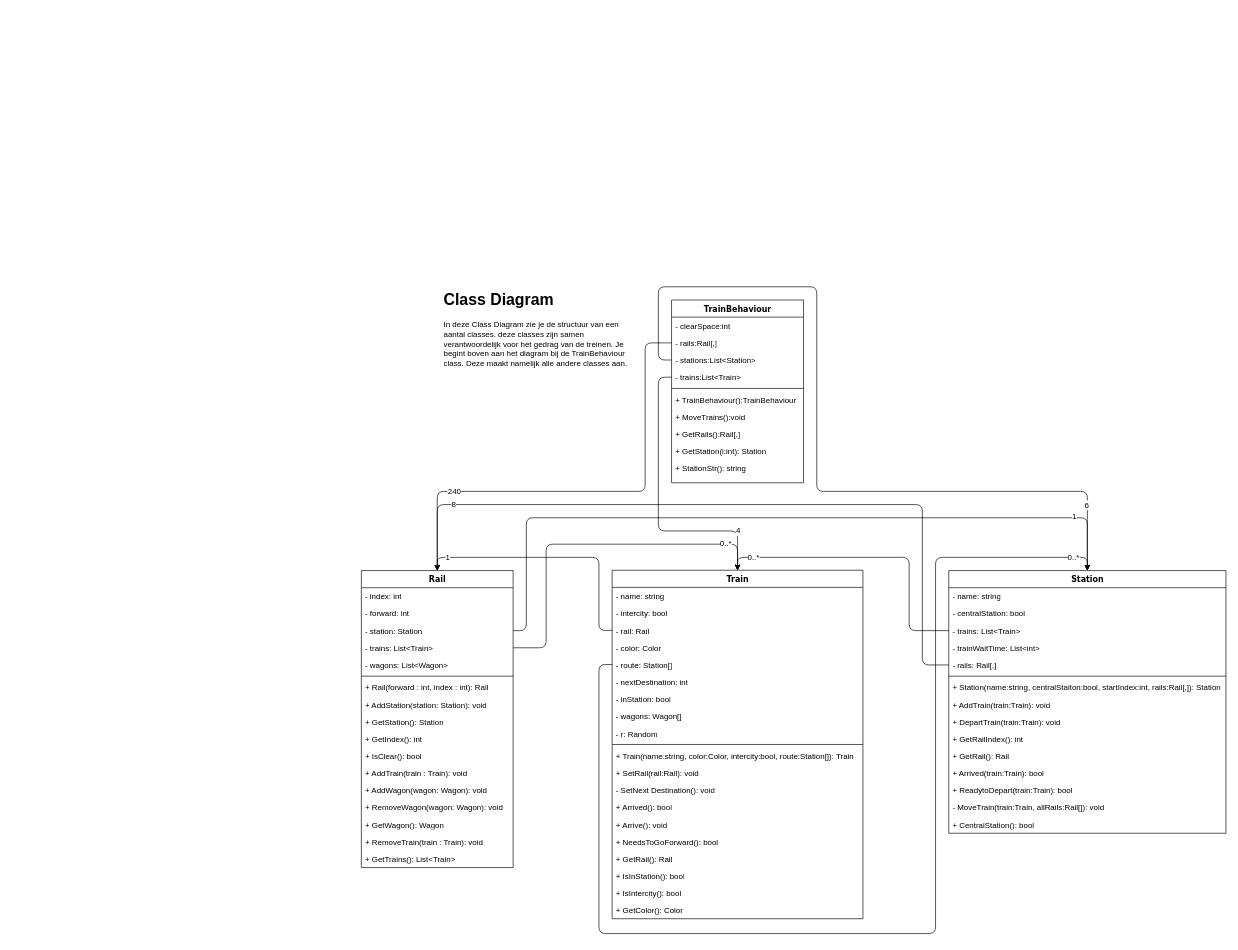
Earlier version of the draw.io diagram ClassDiagram.drawio (LuukdeKinderen/S1Proftaak2). Source tidied: cells renumbered, new cells numbered last; positions are measured from the earlier drawing's top-left corner, leaving out a move shared by most shapes. Both pictures are drawn from the tidied source at 66%, with x=0, y=0 at pixel (361, 286).
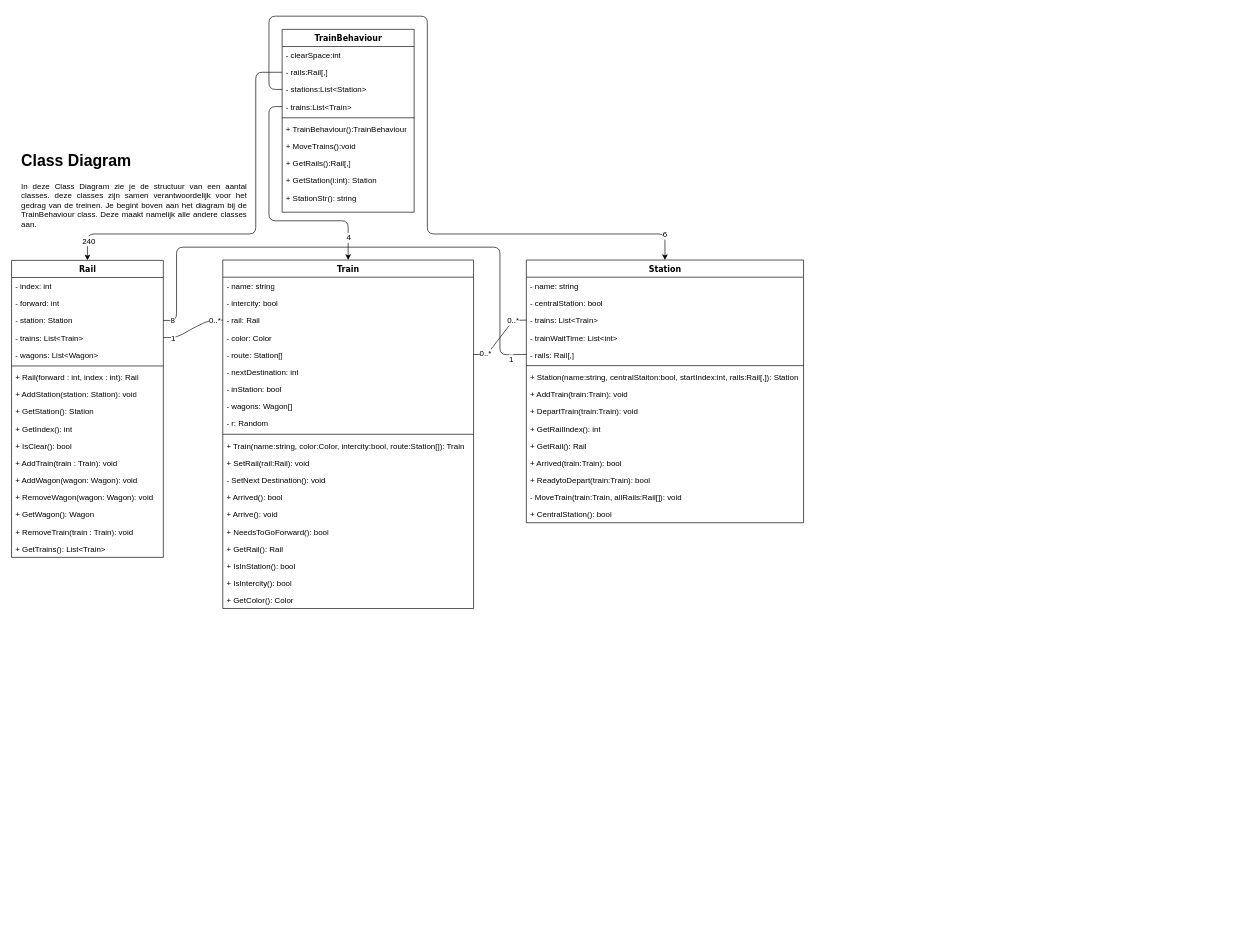
After the change.

The change refers to these unchanged cells:
```xml
<mxCell id="5" value="- station: Station" style="text;html=1;strokeColor=none;fillColor=none;align=left;verticalAlign=top;spacingLeft=4;spacingRight=4;whiteSpace=wrap;overflow=hidden;points=[[0,0.5],[1,0.5]];portConstraint=eastwest;" parent="2" vertex="1">
  <mxGeometry y="78" width="230" height="26" as="geometry" />
</mxCell>
<mxCell id="6" value="- trains: List&amp;lt;Train&amp;gt;" style="text;html=1;strokeColor=none;fillColor=none;align=left;verticalAlign=top;spacingLeft=4;spacingRight=4;whiteSpace=wrap;overflow=hidden;points=[[0,0.5],[1,0.5]];portConstraint=eastwest;" parent="2" vertex="1">
  <mxGeometry y="104" width="230" height="26" as="geometry" />
</mxCell>
<mxCell id="23" value="- rail: Rail" style="text;html=1;strokeColor=none;fillColor=none;align=left;verticalAlign=top;spacingLeft=4;spacingRight=4;whiteSpace=wrap;overflow=hidden;points=[[0,0.5],[1,0.5]];portConstraint=eastwest;" parent="20" vertex="1">
  <mxGeometry y="78" width="380" height="26" as="geometry" />
</mxCell>
<mxCell id="25" value="- route: Station[]" style="text;html=1;strokeColor=none;fillColor=none;align=left;verticalAlign=top;spacingLeft=4;spacingRight=4;whiteSpace=wrap;overflow=hidden;points=[[0,0.5],[1,0.5]];portConstraint=eastwest;" parent="20" vertex="1">
  <mxGeometry y="130" width="380" height="26" as="geometry" />
</mxCell>
<mxCell id="44" value="- trains: List&amp;lt;Train&amp;gt;" style="text;html=1;strokeColor=none;fillColor=none;align=left;verticalAlign=top;spacingLeft=4;spacingRight=4;whiteSpace=wrap;overflow=hidden;points=[[0,0.5],[1,0.5]];portConstraint=eastwest;" parent="41" vertex="1">
  <mxGeometry y="78" width="420" height="26" as="geometry" />
</mxCell>
<mxCell id="46" value="- rails: Rail[,]" style="text;html=1;strokeColor=none;fillColor=none;align=left;verticalAlign=top;spacingLeft=4;spacingRight=4;whiteSpace=wrap;overflow=hidden;points=[[0,0.5],[1,0.5]];portConstraint=eastwest;" parent="41" vertex="1">
  <mxGeometry y="130" width="420" height="26" as="geometry" />
</mxCell>
<mxCell id="59" value="- rails:Rail[,]" style="text;html=1;strokeColor=none;fillColor=none;align=left;verticalAlign=top;spacingLeft=4;spacingRight=4;whiteSpace=wrap;overflow=hidden;points=[[0,0.5],[1,0.5]];portConstraint=eastwest;" parent="57" vertex="1">
  <mxGeometry y="52" width="200" height="26" as="geometry" />
</mxCell>
<mxCell id="60" value="- stations:List&amp;lt;Station&amp;gt;" style="text;html=1;strokeColor=none;fillColor=none;align=left;verticalAlign=top;spacingLeft=4;spacingRight=4;whiteSpace=wrap;overflow=hidden;points=[[0,0.5],[1,0.5]];portConstraint=eastwest;" parent="57" vertex="1">
  <mxGeometry y="78" width="200" height="26" as="geometry" />
</mxCell>
<mxCell id="61" value="- trains:List&amp;lt;Train&amp;gt;" style="text;html=1;strokeColor=none;fillColor=none;align=left;verticalAlign=top;spacingLeft=4;spacingRight=4;whiteSpace=wrap;overflow=hidden;points=[[0,0.5],[1,0.5]];portConstraint=eastwest;" parent="57" vertex="1">
  <mxGeometry y="104" width="200" height="26" as="geometry" />
</mxCell>
```

Diff of the diagram source:
```diff
@@
     <mxCell id="2" value="Rail" style="swimlane;html=1;fontStyle=1;align=center;verticalAlign=top;horizontal=1;startSize=26;swimlaneFillColor=#ffffff;rounded=0;shadow=0;comic=0;labelBackgroundColor=none;strokeWidth=1;fillColor=none;fontFamily=Verdana;fontSize=12;" parent="1" vertex="1">
-      <mxGeometry y="430" width="230" height="450" as="geometry" />
+      <mxGeometry x="-530" y="-40" width="230" height="450" as="geometry" />
     </mxCell>
@@
     <mxCell id="20" value="Train" style="swimlane;html=1;fontStyle=1;align=center;verticalAlign=top;horizontal=1;startSize=26;swimlaneFillColor=#ffffff;rounded=0;shadow=0;comic=0;labelBackgroundColor=none;strokeWidth=1;fillColor=none;fontFamily=Verdana;fontSize=12;" parent="1" vertex="1">
-      <mxGeometry x="380" y="429.5" width="380" height="528" as="geometry" />
+      <mxGeometry x="-210" y="-40.5" width="380" height="528" as="geometry" />
     </mxCell>
@@
     <mxCell id="41" value="Station" style="swimlane;html=1;fontStyle=1;align=center;verticalAlign=top;horizontal=1;startSize=26;swimlaneFillColor=#ffffff;rounded=0;shadow=0;comic=0;labelBackgroundColor=none;strokeWidth=1;fillColor=none;fontFamily=Verdana;fontSize=12;" parent="1" vertex="1">
-      <mxGeometry x="890" y="430" width="420" height="398" as="geometry" />
+      <mxGeometry x="250" y="-40.5" width="420" height="398" as="geometry" />
     </mxCell>
@@
     <mxCell id="57" value="TrainBehaviour" style="swimlane;html=1;fontStyle=1;align=center;verticalAlign=top;horizontal=1;startSize=26;swimlaneFillColor=#ffffff;rounded=0;shadow=0;comic=0;labelBackgroundColor=none;strokeWidth=1;fillColor=none;fontFamily=Verdana;fontSize=12;" parent="1" vertex="1">
-      <mxGeometry x="470" y="20" width="200" height="277" as="geometry" />
+      <mxGeometry x="-120" y="-390" width="200" height="277" as="geometry" />
     </mxCell>
@@
     <mxCell id="68" style="endArrow=classic;html=1;exitX=0;exitY=0.5;exitDx=0;exitDy=0;entryX=0.5;entryY=0;entryDx=0;entryDy=0;" parent="1" edge="1" source="59" target="2">
       <mxGeometry relative="1" as="geometry">
         <Array as="points">
-          <mxPoint x="430" y="85" />
-          <mxPoint x="430" y="310" />
-          <mxPoint x="115" y="310" />
+          <mxPoint x="-160" y="-325" />
+          <mxPoint x="-160" y="-80" />
+          <mxPoint x="-415" y="-80" />
         </Array>
       </mxGeometry>
     </mxCell>
     <mxCell id="69" value="240" style="text;html=1;align=center;verticalAlign=middle;labelBackgroundColor=#ffffff;" parent="68" vertex="1">
       <mxGeometry x="0.57" relative="1" as="geometry">
-        <mxPoint x="-4.4" as="offset" />
+        <mxPoint x="-83.5" y="10" as="offset" />
       </mxGeometry>
     </mxCell>
-    <mxCell id="70" style="endArrow=classic;html=1;exitX=1;exitY=0.5;exitDx=0;exitDy=0;entryX=0.5;entryY=0;entryDx=0;entryDy=0;" parent="1" edge="1" source="5" target="41">
-      <mxGeometry relative="1" as="geometry">
-        <Array as="points">
-          <mxPoint x="250" y="521" />
-          <mxPoint x="250" y="350" />
-          <mxPoint x="1100" y="350" />
-        </Array>
-      </mxGeometry>
-    </mxCell>
-    <mxCell id="71" value="1" style="text;html=1;align=center;verticalAlign=middle;labelBackgroundColor=#ffffff;" parent="70" vertex="1">
-      <mxGeometry x="0.73" y="2" relative="1" as="geometry">
-        <mxPoint x="50" as="offset" />
-      </mxGeometry>
-    </mxCell>
-    <mxCell id="72" style="endArrow=classic;html=1;exitX=1;exitY=0.5;exitDx=0;exitDy=0;entryX=0.5;entryY=0;entryDx=0;entryDy=0;" parent="1" edge="1" source="6" target="20">
-      <mxGeometry relative="1" as="geometry">
-        <Array as="points">
-          <mxPoint x="280" y="547" />
-          <mxPoint x="280" y="390" />
-          <mxPoint x="570" y="390" />
-        </Array>
-      </mxGeometry>
-    </mxCell>
-    <mxCell id="73" value="0..*" style="text;html=1;align=center;verticalAlign=middle;labelBackgroundColor=#ffffff;" parent="72" vertex="1">
-      <mxGeometry x="0.69" y="1" relative="1" as="geometry">
-        <mxPoint x="25.2" as="offset" />
-      </mxGeometry>
-    </mxCell>
-    <mxCell id="74" style="endArrow=classic;html=1;exitX=0;exitY=0.5;exitDx=0;exitDy=0;entryX=0.5;entryY=0;entryDx=0;entryDy=0;" parent="1" edge="1" source="44" target="20">
-      <mxGeometry relative="1" as="geometry">
-        <Array as="points">
-          <mxPoint x="830" y="521" />
-          <mxPoint x="830" y="410" />
-          <mxPoint x="570" y="410" />
-        </Array>
-      </mxGeometry>
-    </mxCell>
-    <mxCell id="75" value="0..*" style="text;html=1;align=center;verticalAlign=middle;labelBackgroundColor=#ffffff;" parent="74" vertex="1">
-      <mxGeometry x="0.81" y="-1" relative="1" as="geometry" />
-    </mxCell>
-    <mxCell id="76" style="endArrow=classic;html=1;exitX=0;exitY=0.5;exitDx=0;exitDy=0;entryX=0.5;entryY=0;entryDx=0;entryDy=0;" parent="1" edge="1" source="46" target="2">
-      <mxGeometry relative="1" as="geometry">
-        <Array as="points">
-          <mxPoint x="850" y="573" />
-          <mxPoint x="850" y="330" />
-          <mxPoint x="115" y="330" />
-        </Array>
-      </mxGeometry>
-    </mxCell>
-    <mxCell id="77" value="8" style="text;html=1;align=center;verticalAlign=middle;labelBackgroundColor=#ffffff;" parent="76" vertex="1">
-      <mxGeometry x="0.72" y="-1" relative="1" as="geometry">
-        <mxPoint x="-33" as="offset" />
-      </mxGeometry>
-    </mxCell>
-    <mxCell id="78" style="endArrow=classic;html=1;exitX=0;exitY=0.5;exitDx=0;exitDy=0;entryX=0.5;entryY=0;entryDx=0;entryDy=0;" parent="1" edge="1" source="23" target="2">
-      <mxGeometry relative="1" as="geometry">
-        <Array as="points">
-          <mxPoint x="360" y="521" />
-          <mxPoint x="360" y="410" />
-          <mxPoint x="115" y="410" />
-        </Array>
-      </mxGeometry>
-    </mxCell>
-    <mxCell id="79" value="1" style="text;html=1;align=center;verticalAlign=middle;labelBackgroundColor=#ffffff;" parent="78" vertex="1">
-      <mxGeometry x="0.65" relative="1" as="geometry">
-        <mxPoint x="-34" as="offset" />
-      </mxGeometry>
-    </mxCell>
     <mxCell id="80" style="endArrow=classic;html=1;exitX=0;exitY=0.5;exitDx=0;exitDy=0;entryX=0.5;entryY=0;entryDx=0;entryDy=0;" parent="1" edge="1" source="60" target="41">
       <mxGeometry relative="1" as="geometry">
         <Array as="points">
-          <mxPoint x="450" y="111" />
-          <mxPoint x="450" />
-          <mxPoint x="690" />
-          <mxPoint x="690" y="310" />
-          <mxPoint x="1100" y="310" />
+          <mxPoint x="-140" y="-299" />
+          <mxPoint x="-140" y="-410" />
+          <mxPoint x="100" y="-410" />
+          <mxPoint x="100" y="-80" />
+          <mxPoint x="460" y="-80" />
         </Array>
       </mxGeometry>
     </mxCell>
     <mxCell id="81" value="6" style="text;html=1;align=center;verticalAlign=middle;labelBackgroundColor=#ffffff;" parent="80" vertex="1">
       <mxGeometry x="0.67" y="-2" relative="1" as="geometry">
-        <mxPoint x="78" y="18" as="offset" />
+        <mxPoint x="141" y="-2" as="offset" />
       </mxGeometry>
     </mxCell>
     <mxCell id="82" style="endArrow=classic;html=1;exitX=0;exitY=0.5;exitDx=0;exitDy=0;entryX=0.5;entryY=0;entryDx=0;entryDy=0;" parent="1" edge="1" source="61" target="20">
       <mxGeometry relative="1" as="geometry">
         <Array as="points">
-          <mxPoint x="450" y="137" />
-          <mxPoint x="450" y="370" />
-          <mxPoint x="570" y="370" />
+          <mxPoint x="-140" y="-273" />
+          <mxPoint x="-140" y="-100" />
+          <mxPoint x="-20" y="-100" />
         </Array>
       </mxGeometry>
     </mxCell>
     <mxCell id="83" value="4" style="text;html=1;align=center;verticalAlign=middle;labelBackgroundColor=#ffffff;" parent="82" vertex="1">
       <mxGeometry x="0.8" relative="1" as="geometry">
-        <mxPoint y="-16.4" as="offset" />
+        <mxPoint y="3" as="offset" />
       </mxGeometry>
     </mxCell>
-    <mxCell id="84" style="endArrow=classic;html=1;exitX=0;exitY=0.5;exitDx=0;exitDy=0;entryX=0.5;entryY=0;entryDx=0;entryDy=0;" parent="1" edge="1" source="25" target="41">
-      <mxGeometry relative="1" as="geometry">
-        <Array as="points">
-          <mxPoint x="360" y="572" />
-          <mxPoint x="360" y="980" />
-          <mxPoint x="870" y="980" />
-          <mxPoint x="870" y="410" />
-          <mxPoint x="1100" y="410" />
-        </Array>
-      </mxGeometry>
-    </mxCell>
-    <mxCell id="85" value="0..*" style="text;html=1;align=center;verticalAlign=middle;labelBackgroundColor=#ffffff;" parent="84" vertex="1">
-      <mxGeometry x="0.93" y="-2" relative="1" as="geometry">
-        <mxPoint x="20.7" y="-2" as="offset" />
-      </mxGeometry>
-    </mxCell>
-    <mxCell id="86" value="&lt;h1&gt;Class Diagram&lt;/h1&gt;&lt;p&gt;In deze Class Diagram zie je de structuur van een aantal classes. deze classes zijn samen verantwoordelijk voor het gedrag van de treinen. Je begint boven aan het diagram bij de TrainBehaviour class. Deze maakt namelijk alle andere classes aan.&lt;/p&gt;" style="text;html=1;strokeColor=none;fillColor=none;spacing=5;spacingTop=-20;whiteSpace=wrap;overflow=hidden;rounded=0;" parent="1" vertex="1">
-      <mxGeometry x="120" width="290" height="290" as="geometry" />
+    <mxCell id="86" value="&lt;h1 style=&quot;text-align: justify&quot;&gt;Class Diagram&lt;/h1&gt;&lt;p style=&quot;text-align: justify&quot;&gt;In deze Class Diagram zie je de structuur van een aantal classes. deze classes zijn samen verantwoordelijk voor het gedrag van de treinen. Je begint boven aan het diagram bij de TrainBehaviour class. Deze maakt namelijk alle andere classes aan.&lt;/p&gt;" style="text;html=1;strokeColor=none;fillColor=none;spacing=5;spacingTop=-20;whiteSpace=wrap;overflow=hidden;rounded=0;" parent="1" vertex="1">
+      <mxGeometry x="-520" y="-210" width="350" height="120" as="geometry" />
     </mxCell>
+    <mxCell id="87" style="endArrow=none;html=1;exitX=1;exitY=0.5;exitDx=0;exitDy=0;entryX=0;entryY=0.5;entryDx=0;entryDy=0;" parent="1" edge="1" source="5" target="46">
+      <mxGeometry relative="1" as="geometry">
+        <Array as="points">
+          <mxPoint x="-280" y="51" />
+          <mxPoint x="-280" y="-60" />
+          <mxPoint x="210" y="-60" />
+          <mxPoint x="210" y="103" />
+        </Array>
+      </mxGeometry>
+    </mxCell>
+    <mxCell id="88" value="1" style="text;html=1;align=center;verticalAlign=middle;labelBackgroundColor=#ffffff;" parent="87" vertex="1">
+      <mxGeometry x="0.67" y="1" relative="1" as="geometry">
+        <mxPoint x="15.3" y="102.8" as="offset" />
+      </mxGeometry>
+    </mxCell>
+    <mxCell id="77" value="8" style="text;html=1;align=center;verticalAlign=middle;labelBackgroundColor=#ffffff;" parent="87" vertex="1">
+      <mxGeometry x="-0.95" y="7" relative="1" as="geometry" />
+    </mxCell>
+    <mxCell id="89" style="endArrow=none;html=1;exitX=1;exitY=0.5;exitDx=0;exitDy=0;entryX=0;entryY=0.5;entryDx=0;entryDy=0;" parent="1" edge="1" source="6" target="23">
+      <mxGeometry relative="1" as="geometry">
+        <Array as="points">
+          <mxPoint x="-280" y="77" />
+          <mxPoint x="-250" y="60" />
+          <mxPoint x="-230" y="51" />
+        </Array>
+      </mxGeometry>
+    </mxCell>
+    <mxCell id="90" value="1" style="text;html=1;align=center;verticalAlign=middle;labelBackgroundColor=#ffffff;" parent="89" vertex="1">
+      <mxGeometry x="-0.71" relative="1" as="geometry" />
+    </mxCell>
+    <mxCell id="91" value="0..*" style="text;html=1;align=center;verticalAlign=middle;labelBackgroundColor=#ffffff;" parent="89" vertex="1">
+      <mxGeometry x="0.74" relative="1" as="geometry" />
+    </mxCell>
+    <mxCell id="92" style="endArrow=none;html=1;exitX=1;exitY=0.5;exitDx=0;exitDy=0;entryX=0;entryY=0.5;entryDx=0;entryDy=0;" parent="1" edge="1" source="25" target="44">
+      <mxGeometry relative="1" as="geometry">
+        <Array as="points">
+          <mxPoint x="190" y="103" />
+          <mxPoint x="230" y="51" />
+        </Array>
+      </mxGeometry>
+    </mxCell>
+    <mxCell id="93" value="0..*" style="text;html=1;align=center;verticalAlign=middle;labelBackgroundColor=#ffffff;" parent="92" vertex="1">
+      <mxGeometry x="0.41" y="1" relative="1" as="geometry">
+        <mxPoint x="7.7" y="-8.9" as="offset" />
+      </mxGeometry>
+    </mxCell>
+    <mxCell id="94" value="0..*" style="text;html=1;align=center;verticalAlign=middle;labelBackgroundColor=#ffffff;" parent="1" vertex="1">
+      <mxGeometry x="170" y="120" as="geometry">
+        <mxPoint x="17.7" y="-18.9" as="offset" />
+      </mxGeometry>
+    </mxCell>
```
